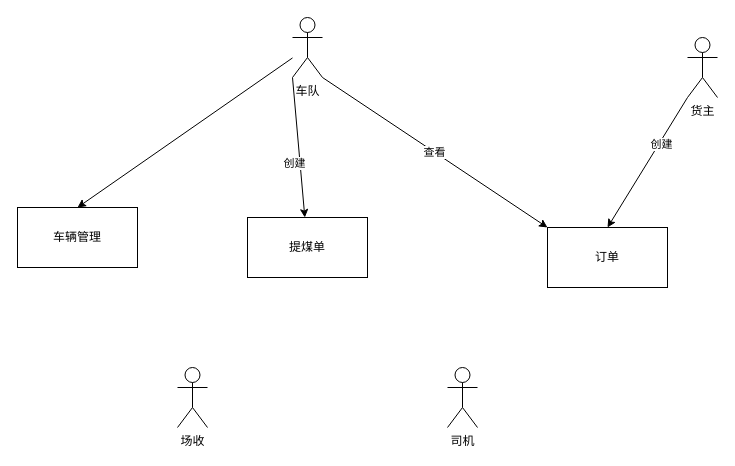
lipeng260/drawio keeps this draw.io diagram as 数字站台.drawio. Above is the earlier version. Source tidied: cells renumbered, new cells numbered last; positions are measured from the earlier drawing's top-left corner, leaving out a move shared by most shapes. Both pictures are drawn from the tidied source at 100%, with x=0, y=0 at pixel (17, 17).
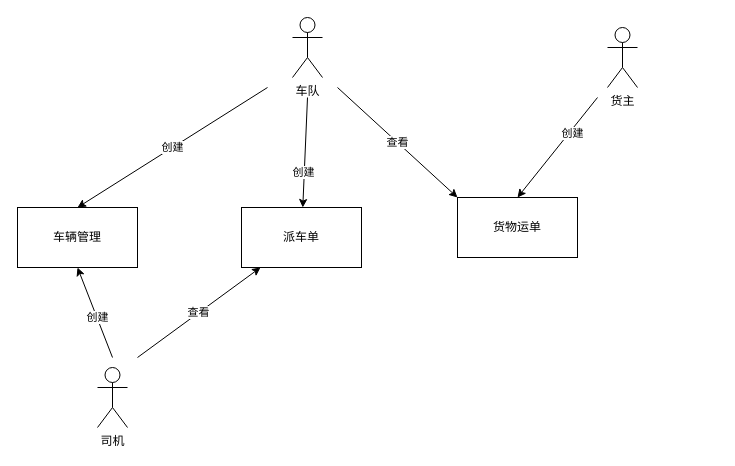
After the change.

Unchanged cells that the change refers to:
```xml
<mxCell id="8" value="车队" style="shape=umlActor;verticalLabelPosition=bottom;verticalAlign=top;html=1;outlineConnect=0;" parent="1" vertex="1">
  <mxGeometry x="275" width="30" height="60" as="geometry" />
</mxCell>
<mxCell id="14" value="车辆管理" style="rounded=0;whiteSpace=wrap;html=1;" parent="1" vertex="1">
  <mxGeometry y="190" width="120" height="60" as="geometry" />
</mxCell>
```

Diff of the diagram source:
```diff
@@
-    <mxCell id="2" value="提煤单" style="rounded=0;whiteSpace=wrap;html=1;" parent="1" vertex="1">
-      <mxGeometry x="230" y="200" width="120" height="60" as="geometry" />
+    <mxCell id="2" value="派车单" style="rounded=0;whiteSpace=wrap;html=1;" parent="1" vertex="1">
+      <mxGeometry x="224" y="190" width="120" height="60" as="geometry" />
     </mxCell>
+    <mxCell id="15" style="edgeStyle=none;rounded=0;jettySize=auto;html=1;entryX=0.5;entryY=1;entryDx=0;entryDy=0;" parent="1" edge="1" target="14">
+      <mxGeometry relative="1" as="geometry">
+        <mxPoint x="95" y="340" as="sourcePoint" />
+      </mxGeometry>
+    </mxCell>
+    <mxCell id="16" value="创建" style="edgeLabel;html=1;align=center;verticalAlign=middle;" parent="15" vertex="1">
+      <mxGeometry x="0.26" y="-3" relative="1" as="geometry">
+        <mxPoint x="4.3" y="17.9" as="offset" />
+      </mxGeometry>
+    </mxCell>
+    <mxCell id="17" value="查看" style="edgeStyle=none;rounded=0;jettySize=auto;html=1;" parent="1" edge="1" target="2">
+      <mxGeometry relative="1" as="geometry">
+        <mxPoint x="120" y="340" as="sourcePoint" />
+      </mxGeometry>
+    </mxCell>
     <mxCell id="3" value="司机" style="shape=umlActor;verticalLabelPosition=bottom;verticalAlign=top;html=1;" parent="1" vertex="1">
-      <mxGeometry x="430" y="350" width="30" height="60" as="geometry" />
+      <mxGeometry x="80" y="350" width="30" height="60" as="geometry" />
     </mxCell>
-    <mxCell id="4" style="edgeStyle=none;rounded=0;jettySize=auto;html=1;entryX=0.5;entryY=0;entryDx=0;entryDy=0;" parent="1" edge="1" source="8" target="14">
-      <mxGeometry relative="1" as="geometry" />
+    <mxCell id="4" value="创建" style="edgeStyle=none;rounded=0;jettySize=auto;html=1;entryX=0.5;entryY=0;entryDx=0;entryDy=0;" parent="1" edge="1" target="14">
+      <mxGeometry relative="1" as="geometry">
+        <mxPoint x="250" y="70" as="sourcePoint" />
+      </mxGeometry>
     </mxCell>
-    <mxCell id="5" value="查看" style="edgeStyle=none;rounded=0;jettySize=auto;html=1;exitX=1;exitY=1;exitDx=0;exitDy=0;exitPerimeter=0;entryX=0;entryY=0;entryDx=0;entryDy=0;" parent="1" edge="1" source="8" target="10">
-      <mxGeometry relative="1" as="geometry" />
+    <mxCell id="5" value="查看" style="edgeStyle=none;rounded=0;jettySize=auto;html=1;entryX=0;entryY=0;entryDx=0;entryDy=0;" parent="1" edge="1" target="10">
+      <mxGeometry relative="1" as="geometry">
+        <mxPoint x="320" y="70" as="sourcePoint" />
+      </mxGeometry>
     </mxCell>
-    <mxCell id="6" style="edgeStyle=none;rounded=0;jettySize=auto;html=1;exitX=0;exitY=1;exitDx=0;exitDy=0;exitPerimeter=0;" parent="1" edge="1" source="8" target="2">
-      <mxGeometry relative="1" as="geometry" />
+    <mxCell id="6" style="edgeStyle=none;rounded=0;jettySize=auto;html=1;" parent="1" edge="1" target="2">
+      <mxGeometry relative="1" as="geometry">
+        <mxPoint x="290" y="80" as="sourcePoint" />
+      </mxGeometry>
     </mxCell>
@@
-    <mxCell id="9" value="场收" style="shape=umlActor;verticalLabelPosition=bottom;verticalAlign=top;html=1;" parent="1" vertex="1">
-      <mxGeometry x="160" y="350" width="30" height="60" as="geometry" />
-    </mxCell>
-    <mxCell id="10" value="订单" style="rounded=0;whiteSpace=wrap;html=1;" parent="1" vertex="1">
-      <mxGeometry x="530" y="210" width="120" height="60" as="geometry" />
+    <mxCell id="10" value="货物运单" style="rounded=0;whiteSpace=wrap;html=1;" parent="1" vertex="1">
+      <mxGeometry x="440" y="180" width="120" height="60" as="geometry" />
     </mxCell>
-    <mxCell id="11" style="rounded=0;jettySize=auto;html=1;exitX=0;exitY=1;exitDx=0;exitDy=0;exitPerimeter=0;entryX=0.5;entryY=0;entryDx=0;entryDy=0;" parent="1" edge="1" source="13" target="10">
-      <mxGeometry relative="1" as="geometry" />
+    <mxCell id="11" style="rounded=0;jettySize=auto;html=1;entryX=0.5;entryY=0;entryDx=0;entryDy=0;" parent="1" edge="1" target="10">
+      <mxGeometry relative="1" as="geometry">
+        <mxPoint x="580" y="80" as="sourcePoint" />
+      </mxGeometry>
     </mxCell>
@@
     <mxCell id="13" value="货主" style="shape=umlActor;verticalLabelPosition=bottom;verticalAlign=top;html=1;outlineConnect=0;" parent="1" vertex="1">
-      <mxGeometry x="670" y="20" width="30" height="60" as="geometry" />
+      <mxGeometry x="590" y="10" width="30" height="60" as="geometry" />
     </mxCell>
```
